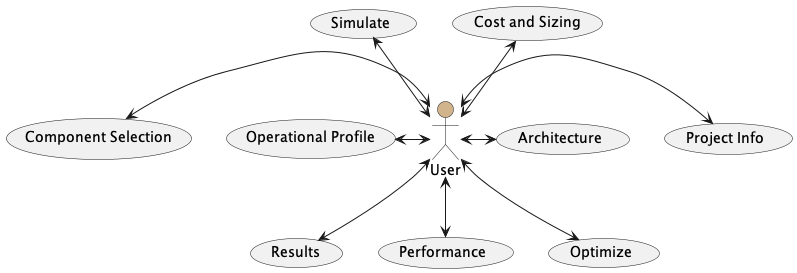
The PlantUML diagram images/HighLevelArchitecture.png in killingbear999/IPSOMEDT_Marine, before a commit.
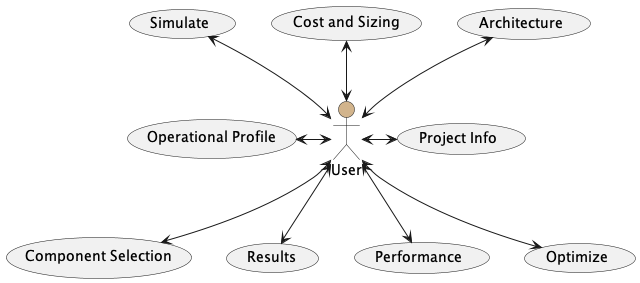
The same diagram one commit later.

Commit message:
update high level architecture

What changed in the source:
```diff
@@ -1,9 +1,9 @@
 @startuml
  :User: as user        #tan
 user<-right->(Project Info)
-user<-right->(Architecture)
+user<-up->(Architecture)
 user<-left->(Operational Profile)
-user<-left->(Component Selection)
+user<-down->(Component Selection)
 user<-up->(Cost and Sizing)
 user<-up->(Simulate)
 user<-down->(Results)
```
